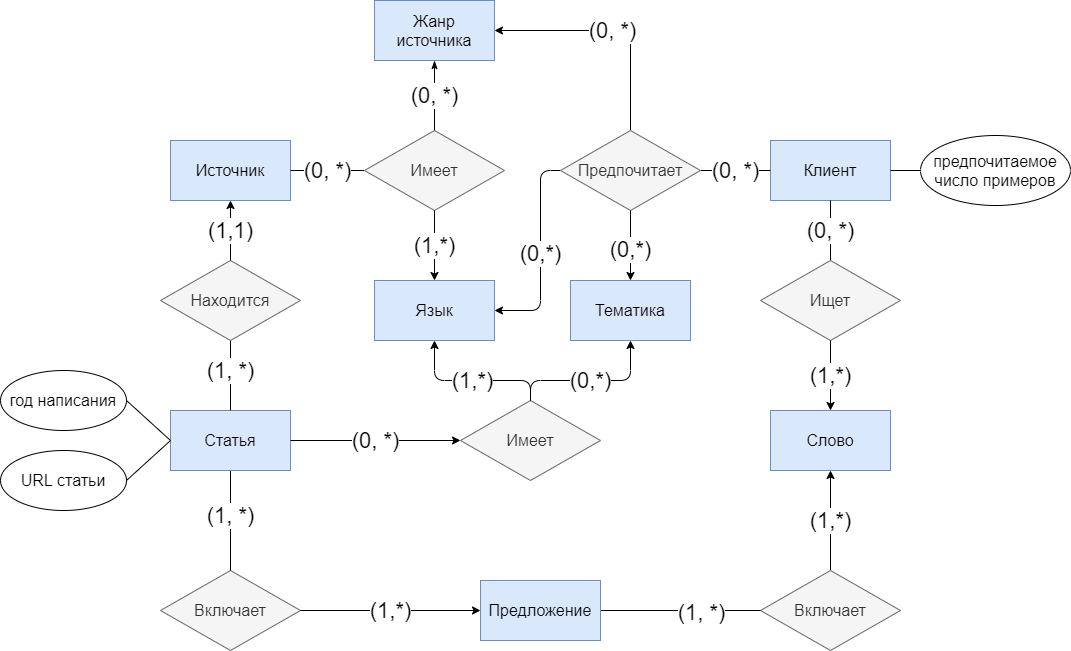
Before: ERD.png, a diagram exported from draw.io (AgeevAA/DB-project). Source tidied: cells renumbered, new cells last; positions are measured from the earlier drawing's top-left corner, leaving out a move shared by most shapes.
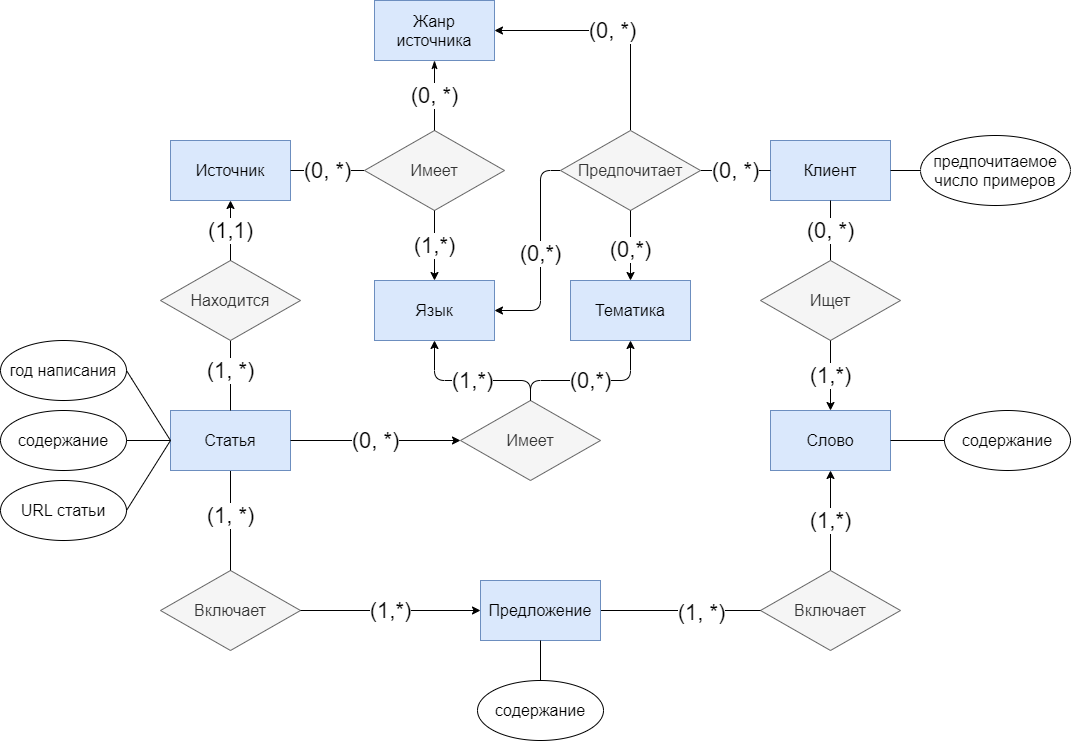
The same diagram one commit later.

The edit, as a diff of the source:
```diff
@@ -55,7 +55,11 @@
       <mxGeometry x="170" y="140" width="120" height="60" as="geometry" />
     </mxCell>
     <mxCell id="18" style="endArrow=none;html=1;entryX=1;entryY=0.5;entryDx=0;entryDy=0;exitX=0;exitY=0.5;exitDx=0;exitDy=0;" parent="1" edge="1" source="13" target="26">
-      <mxGeometry relative="1" as="geometry" />
+      <mxGeometry relative="1" as="geometry">
+        <Array as="points">
+          <mxPoint x="126" y="370" />
+        </Array>
+      </mxGeometry>
     </mxCell>
     <mxCell id="19" value="&lt;font style=&quot;font-size: 22px&quot;&gt;(0,*)&lt;/font&gt;" style="endArrow=classic;html=1;entryX=1;entryY=0.5;entryDx=0;entryDy=0;endFill=1;exitX=0;exitY=0.5;exitDx=0;exitDy=0;" parent="1" edge="1" source="23" target="31">
       <mxGeometry relative="1" as="geometry">
@@ -85,10 +89,10 @@
       <mxGeometry x="0.13" relative="1" as="geometry" />
     </mxCell>
     <mxCell id="25" value="&lt;span style=&quot;font-size: 16px&quot;&gt;URL статьи&lt;/span&gt;" style="ellipse;whiteSpace=wrap;html=1;" parent="1" vertex="1">
-      <mxGeometry y="450" width="126" height="60" as="geometry" />
+      <mxGeometry y="480" width="126" height="60" as="geometry" />
     </mxCell>
     <mxCell id="26" value="&lt;span style=&quot;font-size: 16px&quot;&gt;год написания&lt;/span&gt;" style="ellipse;whiteSpace=wrap;html=1;" parent="1" vertex="1">
-      <mxGeometry y="370" width="126" height="60" as="geometry" />
+      <mxGeometry y="340" width="126" height="60" as="geometry" />
     </mxCell>
     <mxCell id="27" style="endArrow=none;html=1;entryX=1;entryY=0.5;entryDx=0;entryDy=0;exitX=0;exitY=0.5;exitDx=0;exitDy=0;" parent="1" edge="1" source="13" target="25">
       <mxGeometry relative="1" as="geometry" />
@@ -146,5 +150,23 @@
     <mxCell id="41" value="&lt;span style=&quot;font-size: 22px&quot;&gt;(0, *)&lt;/span&gt;" style="endArrow=classic;html=1;entryX=0;entryY=0.5;entryDx=0;entryDy=0;endFill=1;exitX=1;exitY=0.5;exitDx=0;exitDy=0;" parent="1" edge="1" source="13" target="37">
       <mxGeometry relative="1" as="geometry" />
     </mxCell>
+    <mxCell id="42" value="&lt;span style=&quot;font-size: 16px&quot;&gt;содержание&lt;/span&gt;" style="ellipse;whiteSpace=wrap;html=1;" parent="1" vertex="1">
+      <mxGeometry x="477" y="680" width="126" height="60" as="geometry" />
+    </mxCell>
+    <mxCell id="43" value="&lt;span style=&quot;font-size: 16px&quot;&gt;содержание&lt;/span&gt;" style="ellipse;whiteSpace=wrap;html=1;" parent="1" vertex="1">
+      <mxGeometry x="944" y="410" width="126" height="60" as="geometry" />
+    </mxCell>
+    <mxCell id="44" style="endArrow=none;html=1;entryX=0.5;entryY=0;entryDx=0;entryDy=0;exitX=0.5;exitY=1;exitDx=0;exitDy=0;" parent="1" edge="1" source="10" target="42">
+      <mxGeometry relative="1" as="geometry" />
+    </mxCell>
+    <mxCell id="45" style="endArrow=none;html=1;entryX=0;entryY=0.5;entryDx=0;entryDy=0;exitX=1;exitY=0.5;exitDx=0;exitDy=0;" parent="1" edge="1" source="4" target="43">
+      <mxGeometry relative="1" as="geometry" />
+    </mxCell>
+    <mxCell id="46" value="&lt;span style=&quot;font-size: 16px&quot;&gt;содержание&lt;/span&gt;" style="ellipse;whiteSpace=wrap;html=1;" parent="1" vertex="1">
+      <mxGeometry y="410" width="126" height="60" as="geometry" />
+    </mxCell>
+    <mxCell id="47" style="endArrow=none;html=1;entryX=1;entryY=0.5;entryDx=0;entryDy=0;exitX=0;exitY=0.5;exitDx=0;exitDy=0;" parent="1" edge="1" source="13" target="46">
+      <mxGeometry relative="1" as="geometry" />
+    </mxCell>
   </root>
 </mxGraphModel>
```
